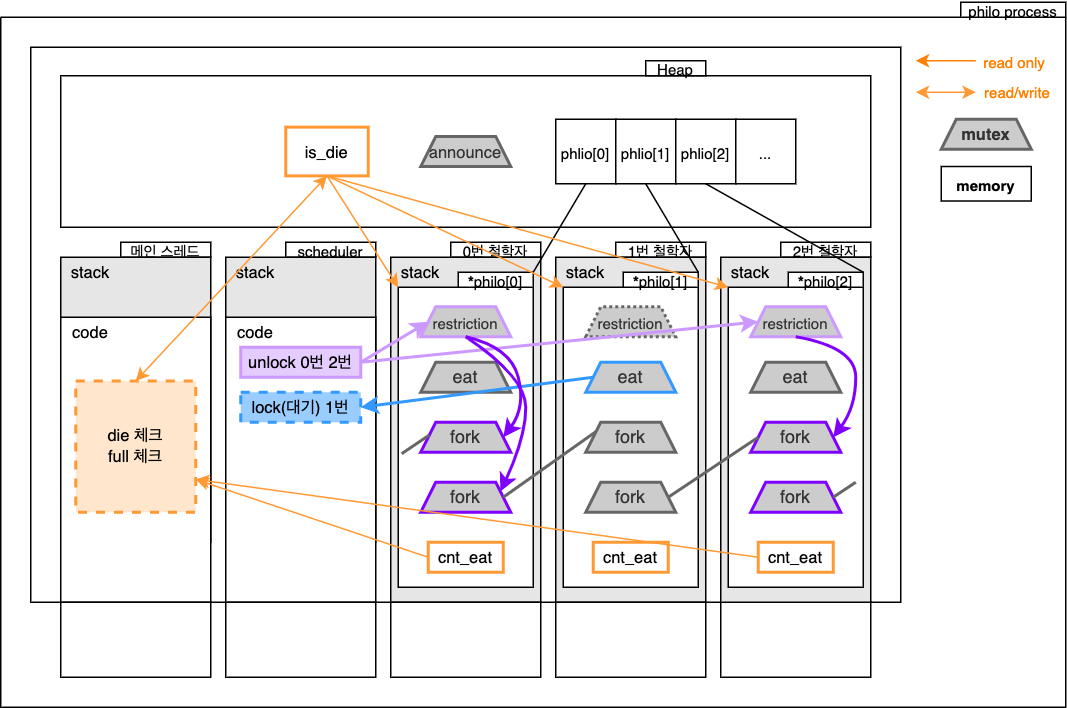
This is images/42seoul/philo/philo.png from gyujun9403/gyujun9403.github.io, a draw.io export, as it was before one commit. Source tidied: cells renumbered, new cells last; positions are measured from the earlier drawing's top-left corner, leaving out a move shared by most shapes.
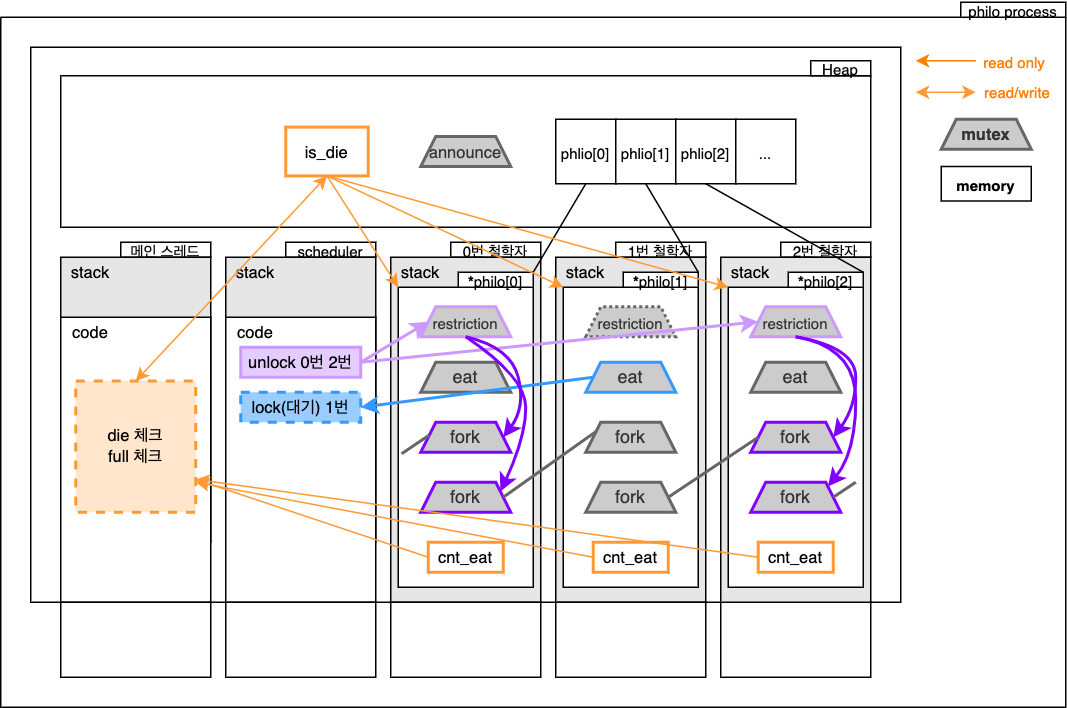
After the change.

Diff of the diagram source:
```diff
@@ -12,7 +12,7 @@
       <mxGeometry x="40" y="39" width="540" height="101" as="geometry" />
     </mxCell>
     <mxCell id="5" value="Heap" style="text;html=1;strokeColor=default;fillColor=default;align=center;verticalAlign=middle;whiteSpace=wrap;rounded=0;fontSize=10;" parent="2" vertex="1">
-      <mxGeometry x="430" y="29" width="40" height="10" as="geometry" />
+      <mxGeometry x="540" y="29" width="40" height="10" as="geometry" />
     </mxCell>
     <mxCell id="6" value="is_die" style="rounded=0;whiteSpace=wrap;html=1;fontSize=11;strokeColor=#FF9933;fillColor=default;strokeWidth=2;" parent="2" vertex="1">
       <mxGeometry x="190" y="73.2" width="55" height="32.5" as="geometry" />
@@ -283,8 +283,21 @@
     <mxCell id="86" value="&lt;b&gt;memory&lt;/b&gt;" style="rounded=0;whiteSpace=wrap;html=1;fontSize=10;strokeColor=default;fillColor=default;" parent="2" vertex="1">
       <mxGeometry x="627" y="99.5" width="60" height="23" as="geometry" />
     </mxCell>
-    <mxCell id="87" value="philo process" style="text;html=1;strokeColor=default;fillColor=default;align=center;verticalAlign=middle;whiteSpace=wrap;rounded=0;fontSize=10;" parent="1" vertex="1">
-      <mxGeometry x="640" width="70" height="10" as="geometry" />
+    <mxCell id="87" style="curved=1;endArrow=classic;html=1;rounded=0;fontSize=11;strokeColor=#7F00FF;strokeWidth=2;entryX=1;entryY=0;entryDx=0;entryDy=0;exitX=0.5;exitY=1;exitDx=0;exitDy=0;" parent="2" edge="1" source="29" target="39">
+      <mxGeometry relative="1" as="geometry">
+        <Array as="points">
+          <mxPoint x="570" y="220" />
+          <mxPoint x="570" y="290" />
+        </Array>
+      </mxGeometry>
     </mxCell>
+    <mxCell id="88" value="philo process" style="text;html=1;strokeColor=default;fillColor=default;align=center;verticalAlign=middle;whiteSpace=wrap;rounded=0;fontSize=10;" parent="1" vertex="1">
+      <mxGeometry x="640" width="70" height="10" as="geometry" />
+    </mxCell>
+    <mxCell id="89" style="endArrow=classic;html=1;rounded=0;fontSize=11;strokeColor=#FF9933;strokeWidth=1;exitX=0;exitY=0.5;exitDx=0;exitDy=0;" parent="1" edge="1" source="75">
+      <mxGeometry relative="1" as="geometry">
+        <mxPoint x="130" y="320" as="targetPoint" />
+      </mxGeometry>
+    </mxCell>
   </root>
 </mxGraphModel>
```
